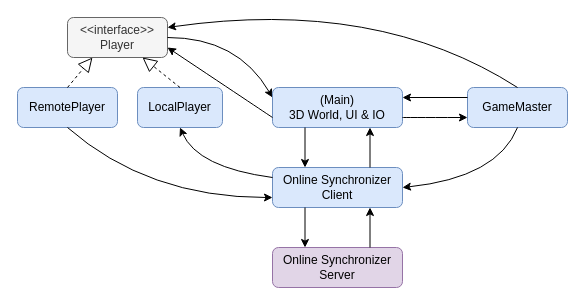
This is docs/process_architecture.drawio from joonashalinen/bloxu, a draw.io file, before an edit. Source tidied: cells renumbered, new cells numbered last; positions are measured from the earlier drawing's top-left corner, leaving out a move shared by most shapes. Both pictures are drawn from the tidied source at 100%, with x=0, y=0 at pixel (17, -3).
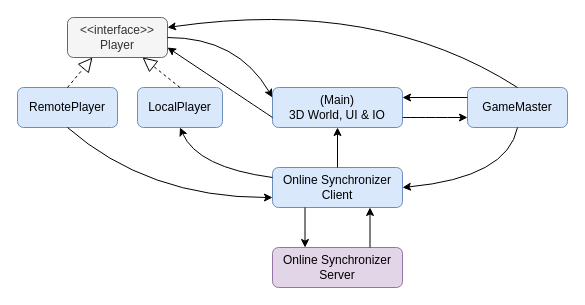
The same diagram, later.

The change refers to these unchanged cells:
```xml
<mxCell id="3" value="GameMaster" style="rounded=1;whiteSpace=wrap;html=1;fillColor=#dae8fc;strokeColor=#6c8ebf;" parent="1" vertex="1">
  <mxGeometry x="450" y="90" width="100" height="40" as="geometry" />
</mxCell>
<mxCell id="7" value="(Main)&lt;br&gt;3D World, UI &amp;amp; IO" style="rounded=1;whiteSpace=wrap;html=1;fillColor=#dae8fc;strokeColor=#6c8ebf;" parent="1" vertex="1">
  <mxGeometry x="255" y="90" width="130" height="40" as="geometry" />
</mxCell>
<mxCell id="8" value="Online Synchronizer Client" style="rounded=1;whiteSpace=wrap;html=1;fillColor=#dae8fc;strokeColor=#6c8ebf;" parent="1" vertex="1">
  <mxGeometry x="255" y="170" width="130" height="40" as="geometry" />
</mxCell>
```

Diff of the diagram source:
```diff
@@
-    <mxCell id="10" style="endArrow=classic;html=1;rounded=0;entryX=0.75;entryY=1;entryDx=0;entryDy=0;exitX=0.75;exitY=0;exitDx=0;exitDy=0;" parent="1" edge="1" source="8" target="7">
+    <mxCell id="10" style="endArrow=classic;html=1;rounded=0;entryX=0.5;entryY=1;entryDx=0;entryDy=0;exitX=0.5;exitY=0;exitDx=0;exitDy=0;" parent="1" edge="1" source="8" target="7">
       <mxGeometry relative="1" as="geometry" />
     </mxCell>
@@
-    <mxCell id="21" style="endArrow=classic;html=1;exitX=0.5;exitY=1;exitDx=0;exitDy=0;curved=1;entryX=1;entryY=0.5;entryDx=0;entryDy=0;" parent="1" edge="1" source="3" target="8">
+    <mxCell id="21" style="endArrow=classic;html=1;curved=1;exitX=0.5;exitY=1;exitDx=0;exitDy=0;entryX=1;entryY=0.5;entryDx=0;entryDy=0;" parent="1" edge="1" source="3" target="8">
       <mxGeometry relative="1" as="geometry">
         <Array as="points">
-          <mxPoint x="480" y="180" />
+          <mxPoint x="490" y="180" />
         </Array>
       </mxGeometry>
     </mxCell>
-    <mxCell id="22" style="endArrow=classic;html=1;rounded=0;entryX=0.25;entryY=0;entryDx=0;entryDy=0;exitX=0.25;exitY=1;exitDx=0;exitDy=0;" parent="1" edge="1" source="7" target="8">
-      <mxGeometry relative="1" as="geometry" />
-    </mxCell>
```
